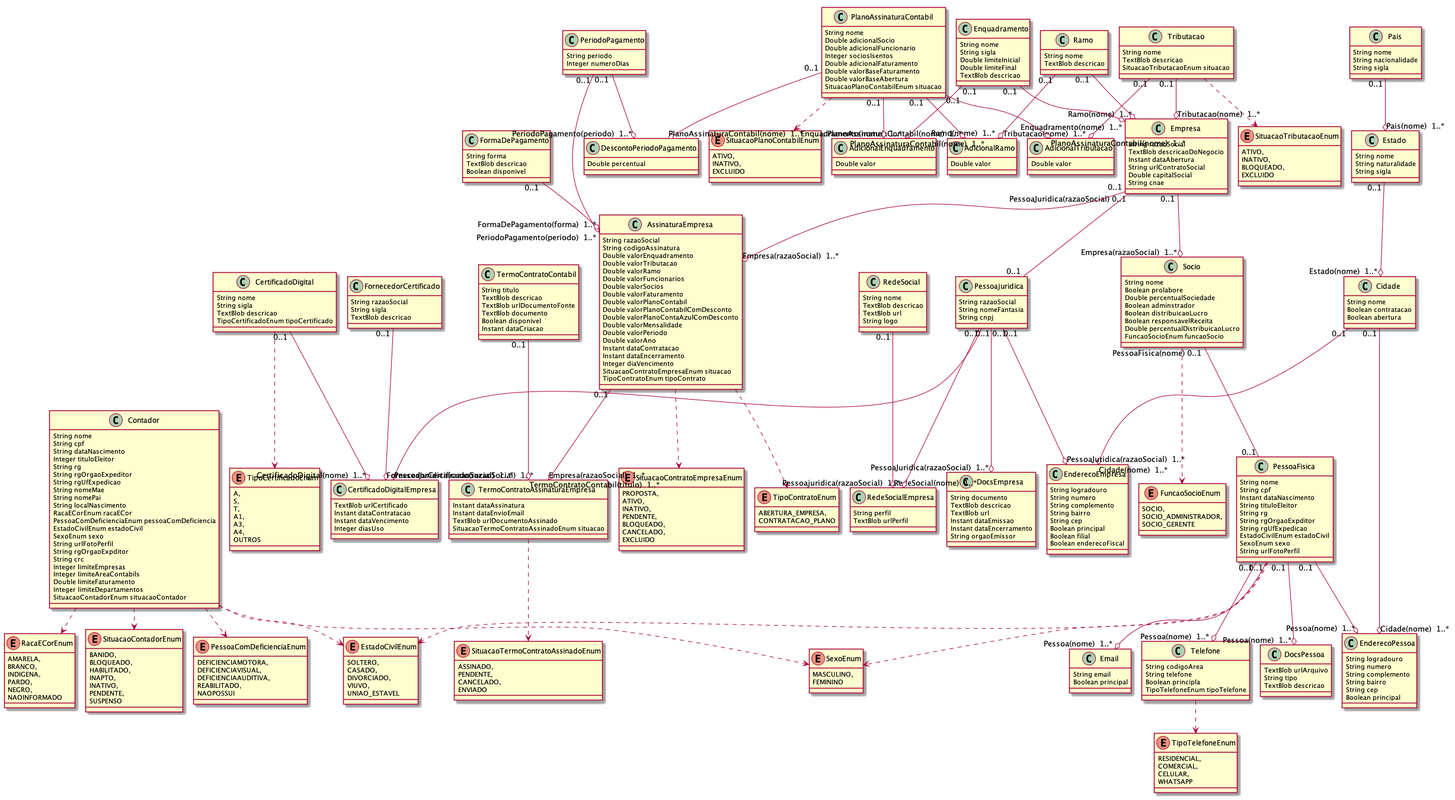
Above: diagramas/erpdobem_diagrama.png in dobemcontabilidade/erp_dobemcontabilidade (PlantUML), before the change.
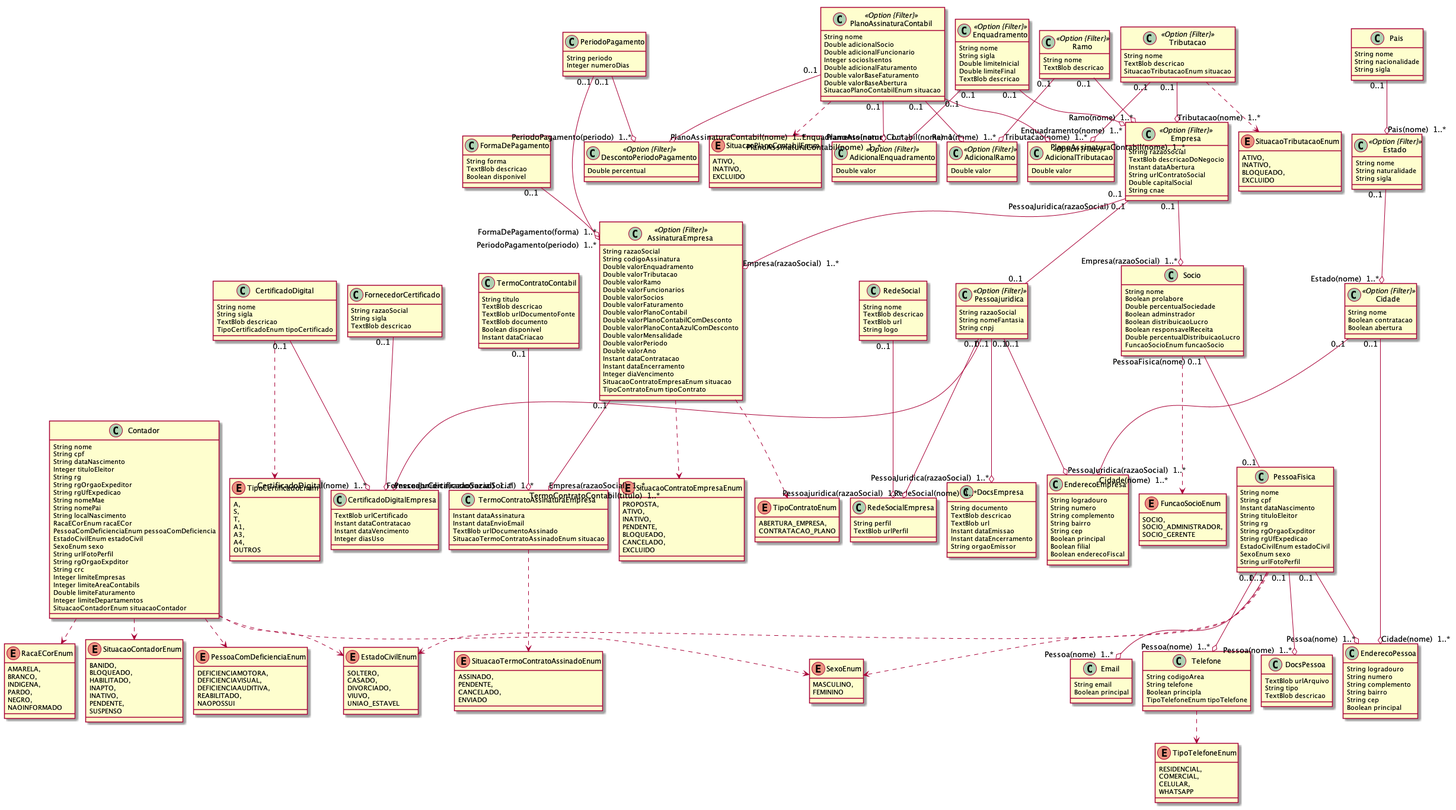
Above is the later version.

Change to the diagram source:
```diff
@@ -86,12 +86,12 @@
 		BLOQUEADO,
 		EXCLUIDO
 	}
-	class Pessoajuridica  {
+	class Pessoajuridica <<Option {Filter}>> {
 		String razaoSocial
 		String nomeFantasia
 		String cnpj
 	}
-	class Empresa  {
+	class Empresa <<Option {Filter}>> {
 		String razaoSocial
 		TextBlob descricaoDoNegocio
 		Instant dataAbertura
@@ -160,7 +160,7 @@
 	}
 	PessoaFisica ..> EstadoCivilEnum
 	PessoaFisica ..> SexoEnum
-	class AssinaturaEmpresa  {
+	class AssinaturaEmpresa <<Option {Filter}>> {
 		String razaoSocial
 		String codigoAssinatura
 		Double valorEnquadramento
@@ -193,17 +193,17 @@
 		Boolean filial
 		Boolean enderecoFiscal
 	}
-	class Ramo  {
+	class Ramo <<Option {Filter}>> {
 		String nome
 		TextBlob descricao
 	}
-	class Tributacao  {
+	class Tributacao <<Option {Filter}>> {
 		String nome
 		TextBlob descricao
 		SituacaoTributacaoEnum situacao
 	}
 	Tributacao ..> SituacaoTributacaoEnum
-	class Enquadramento  {
+	class Enquadramento <<Option {Filter}>> {
 		String nome
 		String sigla
 		Double limiteInicial
@@ -234,10 +234,10 @@
 		String periodo
 		Integer numeroDias
 	}
-	class DescontoPeriodoPagamento  {
+	class DescontoPeriodoPagamento <<Option {Filter}>> {
 		Double percentual
 	}
-	class PlanoAssinaturaContabil  {
+	class PlanoAssinaturaContabil <<Option {Filter}>> {
 		String nome
 		Double adicionalSocio
 		Double adicionalFuncionario
@@ -248,13 +248,13 @@
 		SituacaoPlanoContabilEnum situacao
 	}
 	PlanoAssinaturaContabil ..> SituacaoPlanoContabilEnum
-	class AdicionalEnquadramento  {
+	class AdicionalEnquadramento <<Option {Filter}>> {
 		Double valor
 	}
-	class AdicionalRamo  {
+	class AdicionalRamo <<Option {Filter}>> {
 		Double valor
 	}
-	class AdicionalTributacao  {
+	class AdicionalTributacao <<Option {Filter}>> {
 		Double valor
 	}
 	class Pais  {
@@ -262,12 +262,12 @@
 		String nacionalidade
 		String sigla
 	}
-	class Estado  {
+	class Estado <<Option {Filter}>> {
 		String nome
 		String naturalidade
 		String sigla
 	}
-	class Cidade  {
+	class Cidade <<Option {Filter}>> {
 		String nome
 		Boolean contratacao
 		Boolean abertura
```
